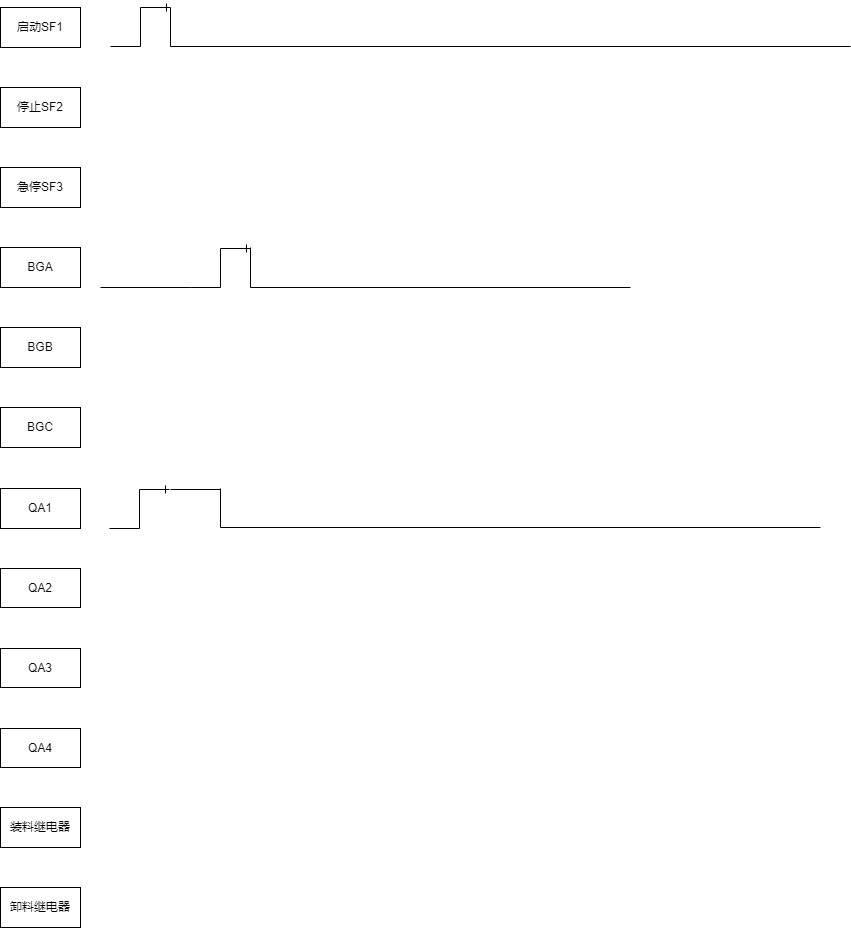
Above: timedia.drawio.png in mj-allk/mjalk (draw.io), before the change. Source tidied: cells renumbered, new cells last; positions are measured from the earlier drawing's top-left corner, leaving out a move shared by most shapes.
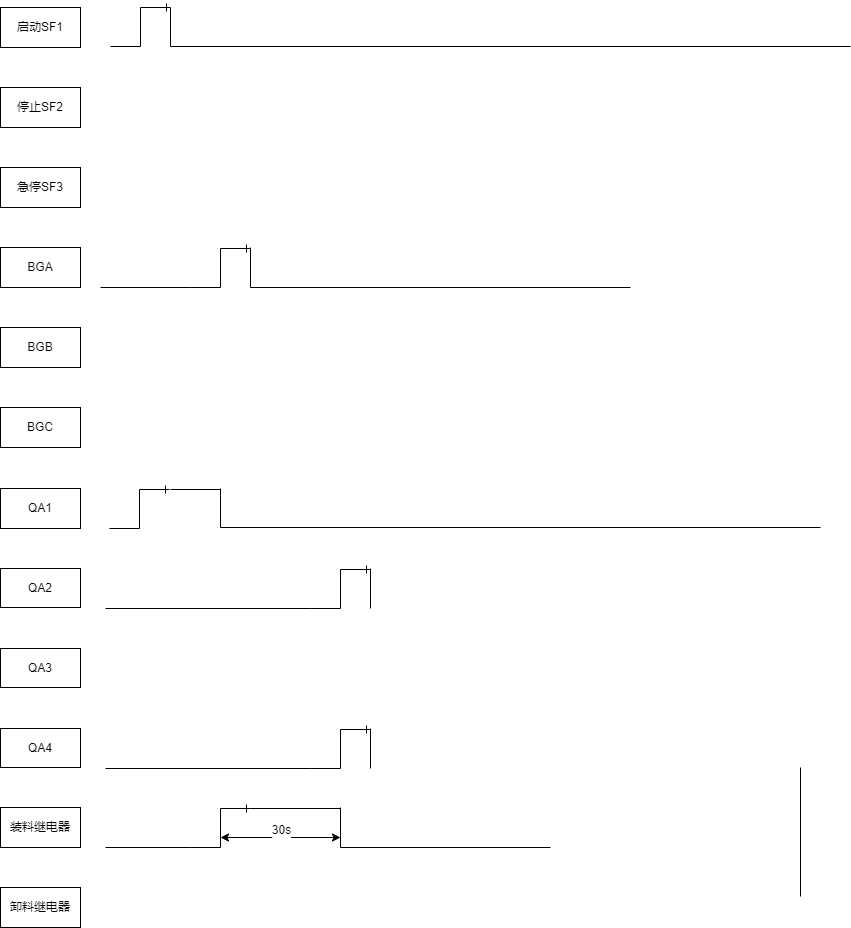
After the commit.

Change to the diagram source:
```diff
@@ -95,5 +95,85 @@
     <mxCell id="24" value="卸料继电器" style="rounded=0;whiteSpace=wrap;html=1;" parent="1" vertex="1">
       <mxGeometry y="880" width="80" height="40" as="geometry" />
     </mxCell>
+    <mxCell id="25" style="line;strokeWidth=1;dashed=0;labelPosition=right;align=left;verticalAlign=middle;spacingTop=0;spacingLeft=6;" parent="1" vertex="1">
+      <mxGeometry x="105" y="835" width="85" height="10" as="geometry" />
+    </mxCell>
+    <mxCell id="26" style="edgeStyle=entityRelationEdgeStyle;fontSize=12;html=1;endArrow=ERone;endFill=1;rounded=0;" parent="1" edge="1">
+      <mxGeometry relative="1" as="geometry">
+        <mxPoint x="190" y="840" as="sourcePoint" />
+        <mxPoint x="250" y="801" as="targetPoint" />
+      </mxGeometry>
+    </mxCell>
+    <mxCell id="27" style="endArrow=none;html=1;rounded=0;" parent="1" edge="1">
+      <mxGeometry relative="1" as="geometry">
+        <mxPoint x="250" y="801" as="sourcePoint" />
+        <mxPoint x="340" y="801" as="targetPoint" />
+      </mxGeometry>
+    </mxCell>
+    <mxCell id="28" style="endArrow=classic;startArrow=classic;html=1;rounded=0;fontSize=18;" parent="1" edge="1">
+      <mxGeometry relative="1" as="geometry">
+        <mxPoint x="220" y="830" as="sourcePoint" />
+        <mxPoint x="340" y="830" as="targetPoint" />
+      </mxGeometry>
+    </mxCell>
+    <mxCell id="29" value="&lt;font style=&quot;font-size: 12px&quot;&gt;30s&lt;/font&gt;" style="edgeLabel;html=1;align=center;verticalAlign=middle;fontSize=18;" parent="28" vertex="1">
+      <mxGeometry x="0.31" y="-3" relative="1" as="geometry">
+        <mxPoint x="-18" y="-13" as="offset" />
+      </mxGeometry>
+    </mxCell>
+    <mxCell id="30" style="endArrow=none;html=1;rounded=0;" parent="1" edge="1">
+      <mxGeometry relative="1" as="geometry">
+        <mxPoint x="800" y="889" as="sourcePoint" />
+        <mxPoint x="800" y="760" as="targetPoint" />
+      </mxGeometry>
+    </mxCell>
+    <mxCell id="31" style="endArrow=none;html=1;rounded=0;" parent="1" edge="1">
+      <mxGeometry relative="1" as="geometry">
+        <mxPoint x="340" y="840" as="sourcePoint" />
+        <mxPoint x="340" y="800" as="targetPoint" />
+      </mxGeometry>
+    </mxCell>
+    <mxCell id="32" style="endArrow=none;html=1;rounded=0;" parent="1" edge="1">
+      <mxGeometry relative="1" as="geometry">
+        <mxPoint x="105" y="601" as="sourcePoint" />
+        <mxPoint x="310" y="601" as="targetPoint" />
+      </mxGeometry>
+    </mxCell>
+    <mxCell id="33" style="edgeStyle=entityRelationEdgeStyle;fontSize=12;html=1;endArrow=ERone;endFill=1;rounded=0;" parent="1" edge="1">
+      <mxGeometry relative="1" as="geometry">
+        <mxPoint x="310" y="601" as="sourcePoint" />
+        <mxPoint x="370" y="562" as="targetPoint" />
+      </mxGeometry>
+    </mxCell>
+    <mxCell id="34" style="endArrow=none;html=1;rounded=0;" parent="1" edge="1">
+      <mxGeometry relative="1" as="geometry">
+        <mxPoint x="370" y="601" as="sourcePoint" />
+        <mxPoint x="370" y="561" as="targetPoint" />
+      </mxGeometry>
+    </mxCell>
+    <mxCell id="35" style="endArrow=none;html=1;rounded=0;" parent="1" edge="1">
+      <mxGeometry relative="1" as="geometry">
+        <mxPoint x="340" y="840" as="sourcePoint" />
+        <mxPoint x="550" y="840" as="targetPoint" />
+      </mxGeometry>
+    </mxCell>
+    <mxCell id="36" style="endArrow=none;html=1;rounded=0;" parent="1" edge="1">
+      <mxGeometry relative="1" as="geometry">
+        <mxPoint x="105" y="761" as="sourcePoint" />
+        <mxPoint x="310" y="761" as="targetPoint" />
+      </mxGeometry>
+    </mxCell>
+    <mxCell id="37" style="edgeStyle=entityRelationEdgeStyle;fontSize=12;html=1;endArrow=ERone;endFill=1;rounded=0;" parent="1" edge="1">
+      <mxGeometry relative="1" as="geometry">
+        <mxPoint x="310" y="761" as="sourcePoint" />
+        <mxPoint x="370" y="722" as="targetPoint" />
+      </mxGeometry>
+    </mxCell>
+    <mxCell id="38" style="endArrow=none;html=1;rounded=0;" parent="1" edge="1">
+      <mxGeometry relative="1" as="geometry">
+        <mxPoint x="370" y="761" as="sourcePoint" />
+        <mxPoint x="370" y="721" as="targetPoint" />
+      </mxGeometry>
+    </mxCell>
   </root>
 </mxGraphModel>
```
